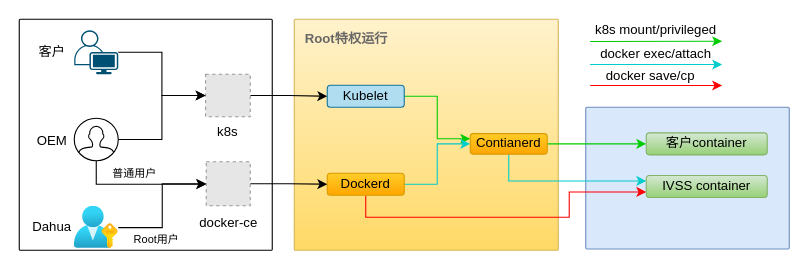
Above: security_1.drawio in snowolfhawk/ceph-scripts (draw.io), before the change. Source tidied: cells renumbered, new cells numbered last; positions are measured from the earlier drawing's top-left corner, leaving out a move shared by most shapes. Both pictures are drawn from the tidied source at 110%, with x=0, y=0 at pixel (19, 19). Pictures stored in the file or linked from it are replaced by grey dashed boxes.
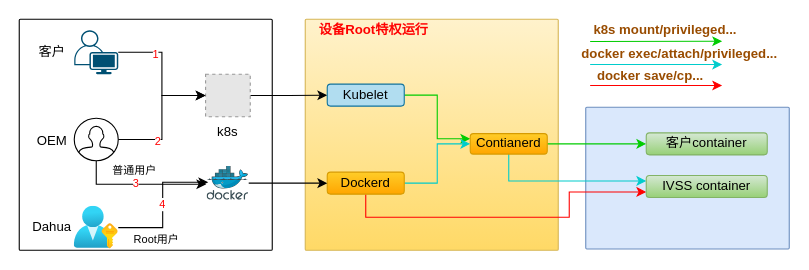
After the change.

Unchanged cells that the change refers to:
```xml
<mxCell id="7" style="edgeStyle=orthogonalEdgeStyle;rounded=0;jettySize=auto;html=1;entryX=0;entryY=0.5;entryDx=0;entryDy=0;fontColor=#000000;strokeColor=#000000;strokeWidth=1;" parent="1" edge="1" source="8" target="6">
  <mxGeometry relative="1" as="geometry" />
</mxCell>
<mxCell id="18" style="edgeStyle=orthogonalEdgeStyle;rounded=0;jettySize=auto;html=1;entryX=0;entryY=0.5;entryDx=0;entryDy=0;fontColor=#000000;strokeColor=#000000;strokeWidth=1;" parent="1" edge="1" source="20" target="6">
  <mxGeometry relative="1" as="geometry" />
</mxCell>
<mxCell id="20" style="html=1;verticalLabelPosition=middle;align=center;labelBackgroundColor=#ffffff;verticalAlign=middle;strokeWidth=1;strokeColor=#000000;shadow=0;dashed=0;shape=mxgraph.ios7.icons.user;fillColor=#FFFFFF;labelPosition=center;" parent="1" vertex="1">
  <mxGeometry x="50" y="90" width="40" height="38.6" as="geometry" />
</mxCell>
<mxCell id="25" style="html=1;points=[];align=right;image;fontSize=12;image=img/lib/azure2/azure_stack/User_Subscriptions.svg;labelBackgroundColor=none;fontColor=#000000;strokeColor=#000000;strokeWidth=1;fillColor=#FFFFFF;labelPosition=left;verticalLabelPosition=middle;verticalAlign=middle;" parent="1" vertex="1">
  <mxGeometry x="50" y="170" width="40" height="38.8" as="geometry" />
</mxCell>
```

Diff of the diagram source:
```diff
@@
-    <mxCell id="4" value="&lt;font color=&quot;#666666&quot;&gt;&lt;b&gt;Root特权运行&lt;/b&gt;&lt;/font&gt;" style="sketch=0;rounded=1;absoluteArcSize=1;arcSize=2;html=1;strokeColor=#d6b656;shadow=0;dashed=0;fontSize=12;align=left;verticalAlign=top;spacing=10;spacingTop=-4;fillColor=#fff2cc;gradientColor=#ffd966;" parent="1" vertex="1">
-      <mxGeometry x="250" width="240" height="210" as="geometry" />
+    <mxCell id="4" style="sketch=0;rounded=1;absoluteArcSize=1;arcSize=2;html=1;strokeColor=#d6b656;shadow=0;dashed=0;fontSize=12;align=left;verticalAlign=top;spacing=10;spacingTop=-4;fillColor=#fff2cc;gradientColor=#ffd966;" parent="1" vertex="1">
+      <mxGeometry x="260" width="230" height="210" as="geometry" />
     </mxCell>
@@
+    <mxCell id="37" value="1" style="edgeLabel;html=1;align=center;verticalAlign=middle;fontSize=10;fontColor=#FF0000;" parent="7" vertex="1">
+      <mxGeometry x="-0.45" y="-1" relative="1" as="geometry" />
+    </mxCell>
@@
     <mxCell id="10" value="Kubelet" style="rounded=1;whiteSpace=wrap;html=1;fillColor=#b1ddf0;strokeColor=#10739e;" parent="1" vertex="1">
-      <mxGeometry x="280" y="60" width="70" height="20" as="geometry" />
+      <mxGeometry x="280" y="59" width="70" height="20" as="geometry" />
     </mxCell>
@@
     <mxCell id="16" value="Dockerd" style="rounded=1;whiteSpace=wrap;html=1;fillColor=#ffcd28;strokeColor=#d79b00;gradientColor=#ffa500;" parent="1" vertex="1">
-      <mxGeometry x="280" y="140" width="70" height="20" as="geometry" />
+      <mxGeometry x="280" y="139" width="70" height="20" as="geometry" />
     </mxCell>
-    <mxCell id="17" style="edgeStyle=orthogonalEdgeStyle;rounded=0;jettySize=auto;html=1;fontColor=#000000;strokeColor=#000000;exitX=1;exitY=0.5;exitDx=0;exitDy=0;" parent="1" edge="1" source="22" target="16">
-      <mxGeometry relative="1" as="geometry" />
-    </mxCell>
@@
-    <mxCell id="19" style="edgeStyle=orthogonalEdgeStyle;rounded=0;jettySize=auto;html=1;fontSize=16;fontColor=#666666;strokeColor=#000000;strokeWidth=1;labelPosition=center;verticalLabelPosition=middle;align=center;verticalAlign=middle;sketch=0;" parent="1" edge="1" source="20" target="22">
-      <mxGeometry relative="1" as="geometry">
-        <Array as="points">
-          <mxPoint x="70" y="150" />
-        </Array>
-      </mxGeometry>
-    </mxCell>
+    <mxCell id="38" value="2" style="edgeLabel;html=1;align=center;verticalAlign=middle;fontSize=10;fontColor=#FF0000;" parent="18" vertex="1">
+      <mxGeometry x="-0.42" y="-1" relative="1" as="geometry" />
+    </mxCell>
+    <mxCell id="39" style="edgeStyle=orthogonalEdgeStyle;rounded=0;sketch=0;jettySize=auto;html=1;entryX=-0.021;entryY=0.532;entryDx=0;entryDy=0;entryPerimeter=0;shadow=0;fontSize=10;fontColor=#FF0000;strokeColor=#000000;strokeWidth=1;" parent="1" edge="1" source="20" target="44">
+      <mxGeometry relative="1" as="geometry">
+        <Array as="points">
+          <mxPoint x="70" y="150" />
+        </Array>
+      </mxGeometry>
+    </mxCell>
+    <mxCell id="40" value="3" style="edgeLabel;html=1;align=center;verticalAlign=middle;fontSize=10;fontColor=#FF0000;" parent="39" vertex="1">
+      <mxGeometry x="-0.06" y="1" relative="1" as="geometry" />
+    </mxCell>
@@
-    <mxCell id="22" value="&lt;font color=&quot;#000000&quot; style=&quot;font-size: 12px&quot;&gt;docker-ce&lt;/font&gt;" style="fillColor=#E6E6E6;strokeColor=#999999;dashed=1;html=1;verticalAlign=top;verticalLabelPosition=bottom;labelBackgroundColor=#ffffff;fontSize=13;fontColor=#666666;" parent="1" vertex="1">
-      <mxGeometry x="170" y="129.6" width="40" height="40" as="geometry" />
-    </mxCell>
@@
-    <mxCell id="24" style="edgeStyle=orthogonalEdgeStyle;rounded=0;sketch=0;jettySize=auto;html=1;entryX=0;entryY=0.5;entryDx=0;entryDy=0;shadow=0;fontSize=12;fontColor=#000000;strokeColor=#000000;strokeWidth=1;" parent="1" edge="1" source="25" target="22">
-      <mxGeometry relative="1" as="geometry" />
-    </mxCell>
+    <mxCell id="41" value="4" style="edgeStyle=orthogonalEdgeStyle;rounded=0;sketch=0;jettySize=auto;html=1;entryX=0.027;entryY=0.474;entryDx=0;entryDy=0;entryPerimeter=0;shadow=0;fontSize=10;fontColor=#FF0000;strokeColor=#000000;strokeWidth=1;" parent="1" edge="1" source="25" target="44">
+      <mxGeometry relative="1" as="geometry" />
+    </mxCell>
@@
     <mxCell id="28" value="&lt;span style=&quot;font-size: 10px&quot;&gt;普通用户&lt;/span&gt;" style="text;html=1;strokeColor=none;fillColor=none;align=center;verticalAlign=middle;whiteSpace=wrap;rounded=0;labelBackgroundColor=none;fontSize=12;fontColor=#000000;" parent="1" vertex="1">
-      <mxGeometry x="70" y="130" width="70" height="20" as="geometry" />
+      <mxGeometry x="70" y="128.6" width="70" height="16.5" as="geometry" />
     </mxCell>
@@
-    <mxCell id="30" value="docker exec/attach" style="text;html=1;strokeColor=none;fillColor=none;align=center;verticalAlign=middle;whiteSpace=wrap;rounded=0;labelBackgroundColor=none;fontSize=12;fontColor=#000000;" parent="1" vertex="1">
-      <mxGeometry x="519" y="24.2" width="120" height="16" as="geometry" />
+    <mxCell id="30" value="&lt;font color=&quot;#994c00&quot;&gt;&lt;b&gt;docker exec/attach/privileged...&lt;/b&gt;&lt;/font&gt;" style="text;html=1;strokeColor=none;fillColor=none;align=center;verticalAlign=middle;whiteSpace=wrap;rounded=0;labelBackgroundColor=none;fontSize=12;fontColor=#000000;" parent="1" vertex="1">
+      <mxGeometry x="510" y="24.2" width="181" height="16" as="geometry" />
     </mxCell>
@@
-    <mxCell id="33" value="docker save/cp" style="text;html=1;strokeColor=none;fillColor=none;align=center;verticalAlign=middle;whiteSpace=wrap;rounded=0;labelBackgroundColor=none;fontSize=12;fontColor=#000000;" parent="1" vertex="1">
+    <mxCell id="33" value="&lt;font color=&quot;#994c00&quot;&gt;&lt;b&gt;docker save/cp...&lt;/b&gt;&lt;/font&gt;" style="text;html=1;strokeColor=none;fillColor=none;align=center;verticalAlign=middle;whiteSpace=wrap;rounded=0;labelBackgroundColor=none;fontSize=12;fontColor=#000000;" parent="1" vertex="1">
       <mxGeometry x="519" y="44.2" width="110" height="16" as="geometry" />
     </mxCell>
@@
-    <mxCell id="35" value="k8s mount/privileged" style="text;html=1;strokeColor=none;fillColor=none;align=center;verticalAlign=middle;whiteSpace=wrap;rounded=0;labelBackgroundColor=none;fontSize=12;fontColor=#000000;" parent="1" vertex="1">
-      <mxGeometry x="519" y="2" width="120" height="16" as="geometry" />
+    <mxCell id="35" value="&lt;font color=&quot;#994c00&quot;&gt;&lt;b&gt;k8s mount/privileged...&lt;/b&gt;&lt;/font&gt;" style="text;html=1;strokeColor=none;fillColor=none;align=center;verticalAlign=middle;whiteSpace=wrap;rounded=0;labelBackgroundColor=none;fontSize=12;fontColor=#000000;" parent="1" vertex="1">
+      <mxGeometry x="512" y="2" width="151" height="16" as="geometry" />
     </mxCell>
@@
+    <mxCell id="42" value="&lt;font color=&quot;#ff0000&quot;&gt;&lt;b&gt;设备Root特权运行&lt;/b&gt;&lt;/font&gt;" style="text;html=1;strokeColor=none;fillColor=none;align=center;verticalAlign=middle;whiteSpace=wrap;rounded=0;labelBackgroundColor=none;fontSize=12;fontColor=#000000;" parent="1" vertex="1">
+      <mxGeometry x="265" y="2" width="115" height="16" as="geometry" />
+    </mxCell>
+    <mxCell id="43" style="edgeStyle=orthogonalEdgeStyle;rounded=0;sketch=0;jettySize=auto;html=1;entryX=0;entryY=0.5;entryDx=0;entryDy=0;shadow=0;fontSize=10;fontColor=#FF0000;strokeColor=#000000;strokeWidth=1;" parent="1" edge="1" source="44" target="16">
+      <mxGeometry relative="1" as="geometry" />
+    </mxCell>
+    <mxCell id="44" style="sketch=0;html=1;points=[];align=center;image;fontSize=12;image=img/lib/mscae/Docker.svg;labelBackgroundColor=none;fontColor=#FF0000;strokeColor=#000000;strokeWidth=1;fillColor=#FFFFFF;" parent="1" vertex="1">
+      <mxGeometry x="170.8" y="133.5" width="37.8" height="31" as="geometry" />
+    </mxCell>
```
